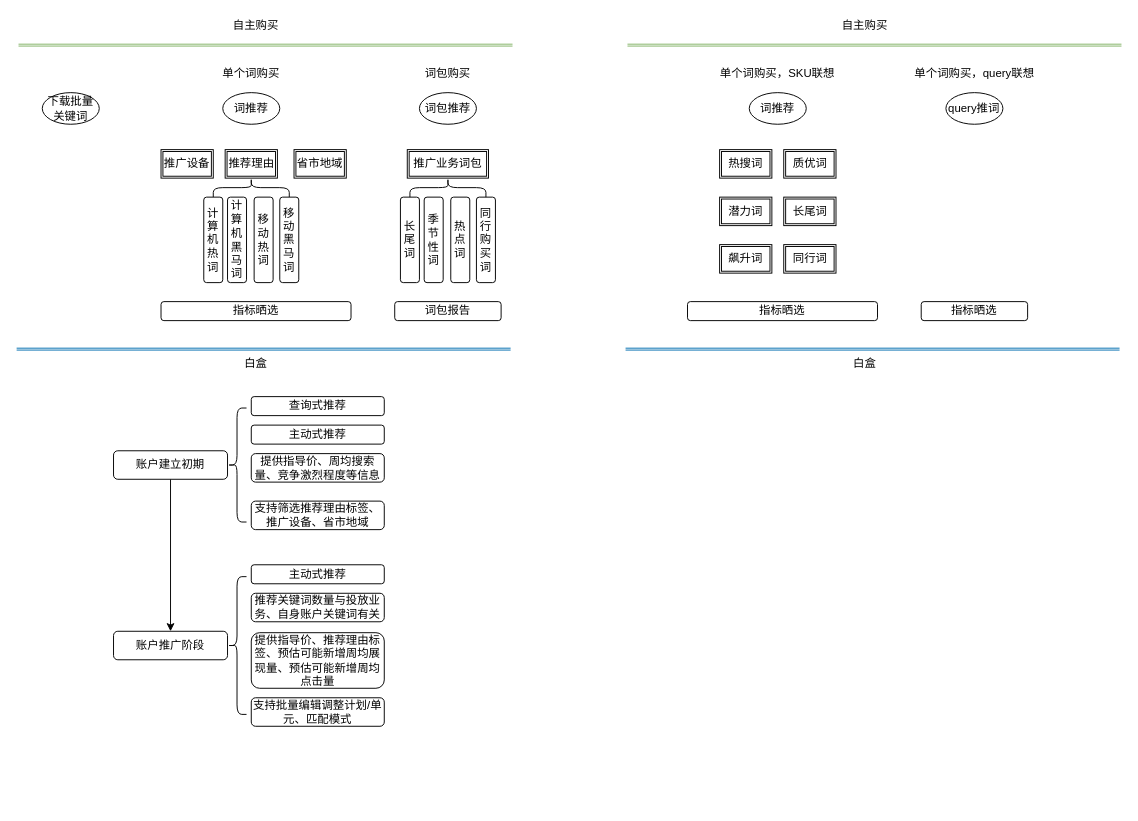
Above: Untitled Diagram.drawio in JerryCatLeung/deeplearning-deploy-pipeline (draw.io), before the change. Source tidied: cells renumbered, new cells numbered last; positions are measured from the earlier drawing's top-left corner, leaving out a move shared by most shapes. Both pictures are drawn from the tidied source at 95%, with x=0, y=0 at pixel (16, 16).
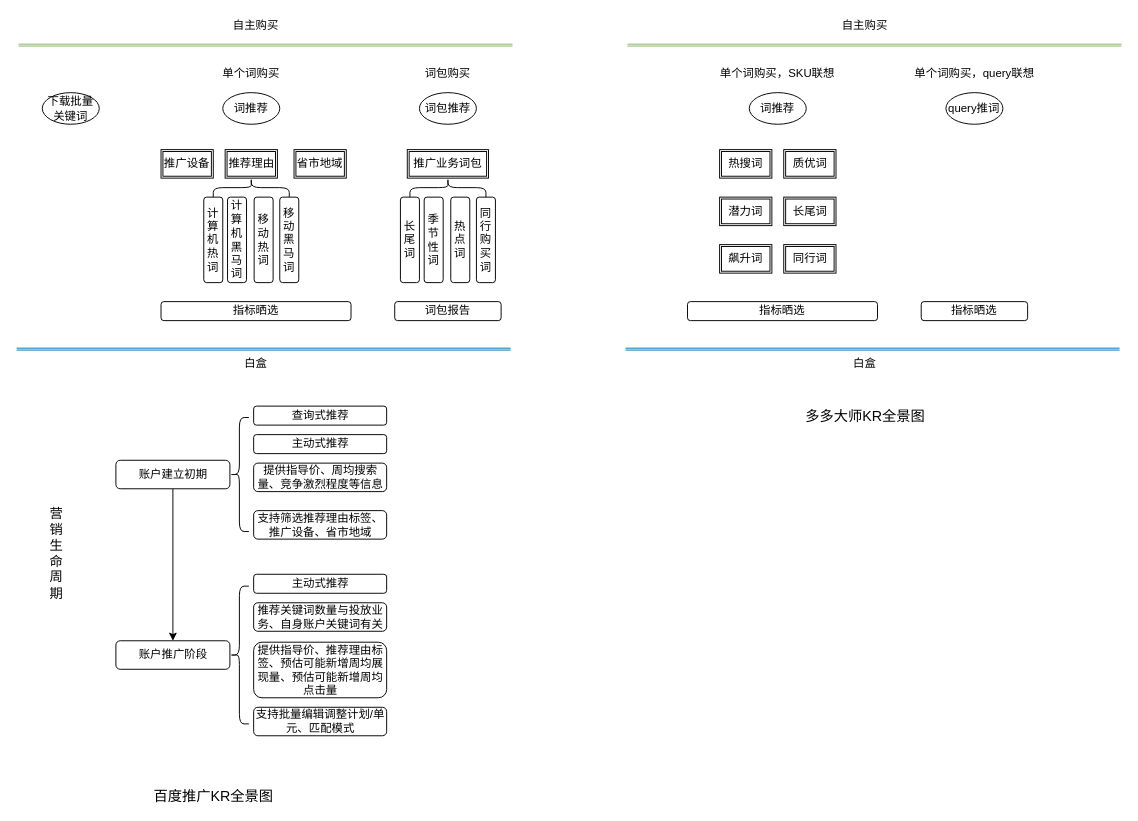
The same page after the edit.

The edit, as a diff of the source:
```diff
@@
     <mxCell id="25" value="账户建立初期" style="rounded=1;whiteSpace=wrap;html=1;" parent="1" vertex="1">
-      <mxGeometry x="102" y="457" width="120" height="30" as="geometry" />
+      <mxGeometry x="104.5" y="467" width="120" height="30" as="geometry" />
     </mxCell>
     <mxCell id="26" value="账户推广阶段" style="rounded=1;whiteSpace=wrap;html=1;" parent="1" vertex="1">
-      <mxGeometry x="102" y="647" width="120" height="30" as="geometry" />
+      <mxGeometry x="104.5" y="657" width="120" height="30" as="geometry" />
     </mxCell>
@@
     <mxCell id="28" value="查询式推荐" style="rounded=1;whiteSpace=wrap;html=1;" parent="1" vertex="1">
-      <mxGeometry x="247" y="400" width="140" height="20" as="geometry" />
+      <mxGeometry x="249.5" y="410" width="140" height="20" as="geometry" />
     </mxCell>
     <mxCell id="29" value="主动式推荐" style="rounded=1;whiteSpace=wrap;html=1;" parent="1" vertex="1">
-      <mxGeometry x="247" y="430" width="140" height="20" as="geometry" />
+      <mxGeometry x="249.5" y="440" width="140" height="20" as="geometry" />
     </mxCell>
     <mxCell id="30" value="提供指导价、周均搜索量、竞争激烈程度等信息" style="rounded=1;whiteSpace=wrap;html=1;" parent="1" vertex="1">
-      <mxGeometry x="247" y="460" width="140" height="30" as="geometry" />
+      <mxGeometry x="249.5" y="470" width="140" height="30" as="geometry" />
     </mxCell>
     <mxCell id="31" value="支持筛选推荐理由标签、推广设备、省市地域" style="rounded=1;whiteSpace=wrap;html=1;" parent="1" vertex="1">
-      <mxGeometry x="247" y="510" width="140" height="30" as="geometry" />
+      <mxGeometry x="249.5" y="520" width="140" height="30" as="geometry" />
     </mxCell>
     <mxCell id="32" style="shape=curlyBracket;whiteSpace=wrap;html=1;rounded=1;" parent="1" vertex="1">
-      <mxGeometry x="222" y="412" width="20" height="120" as="geometry" />
+      <mxGeometry x="224.5" y="422" width="20" height="120" as="geometry" />
     </mxCell>
     <mxCell id="33" value="主动式推荐" style="rounded=1;whiteSpace=wrap;html=1;" parent="1" vertex="1">
-      <mxGeometry x="247" y="577" width="140" height="20" as="geometry" />
+      <mxGeometry x="249.5" y="587" width="140" height="20" as="geometry" />
     </mxCell>
     <mxCell id="34" value="推荐关键词数量与投放业务、自身账户关键词有关" style="rounded=1;whiteSpace=wrap;html=1;" parent="1" vertex="1">
-      <mxGeometry x="247" y="607" width="140" height="30" as="geometry" />
+      <mxGeometry x="249.5" y="617" width="140" height="30" as="geometry" />
     </mxCell>
     <mxCell id="35" value="支持批量编辑调整计划/单元、匹配模式" style="rounded=1;whiteSpace=wrap;html=1;" parent="1" vertex="1">
-      <mxGeometry x="247" y="717" width="140" height="30" as="geometry" />
+      <mxGeometry x="249.5" y="727" width="140" height="30" as="geometry" />
     </mxCell>
     <mxCell id="36" value="提供指导价、推荐理由标签、预估可能新增周均展现量、预估可能新增周均点击量" style="rounded=1;whiteSpace=wrap;html=1;" parent="1" vertex="1">
-      <mxGeometry x="247" y="648.5" width="140" height="58.5" as="geometry" />
+      <mxGeometry x="249.5" y="658.5" width="140" height="58.5" as="geometry" />
     </mxCell>
     <mxCell id="37" style="shape=curlyBracket;whiteSpace=wrap;html=1;rounded=1;" parent="1" vertex="1">
-      <mxGeometry x="222" y="589.5" width="20" height="145" as="geometry" />
+      <mxGeometry x="224.5" y="599.5" width="20" height="145" as="geometry" />
     </mxCell>
@@
+    <mxCell id="56" value="&lt;font style=&quot;font-size: 15px&quot;&gt;百度推广KR全景图&lt;/font&gt;" style="rounded=1;whiteSpace=wrap;html=1;strokeColor=none;" parent="1" vertex="1">
+      <mxGeometry x="89.5" y="810" width="235" height="20" as="geometry" />
+    </mxCell>
+    <mxCell id="57" value="&lt;font style=&quot;font-size: 14px&quot;&gt;营销生命周期&lt;/font&gt;" style="rounded=1;whiteSpace=wrap;html=1;strokeColor=none;" parent="1" vertex="1">
+      <mxGeometry x="32" y="520" width="20" height="90" as="geometry" />
+    </mxCell>
+    <mxCell id="58" value="&lt;font style=&quot;font-size: 15px&quot;&gt;多多大师KR全景图&lt;/font&gt;" style="rounded=1;whiteSpace=wrap;html=1;strokeColor=none;" parent="1" vertex="1">
+      <mxGeometry x="775.5" y="410" width="235" height="20" as="geometry" />
+    </mxCell>
```
